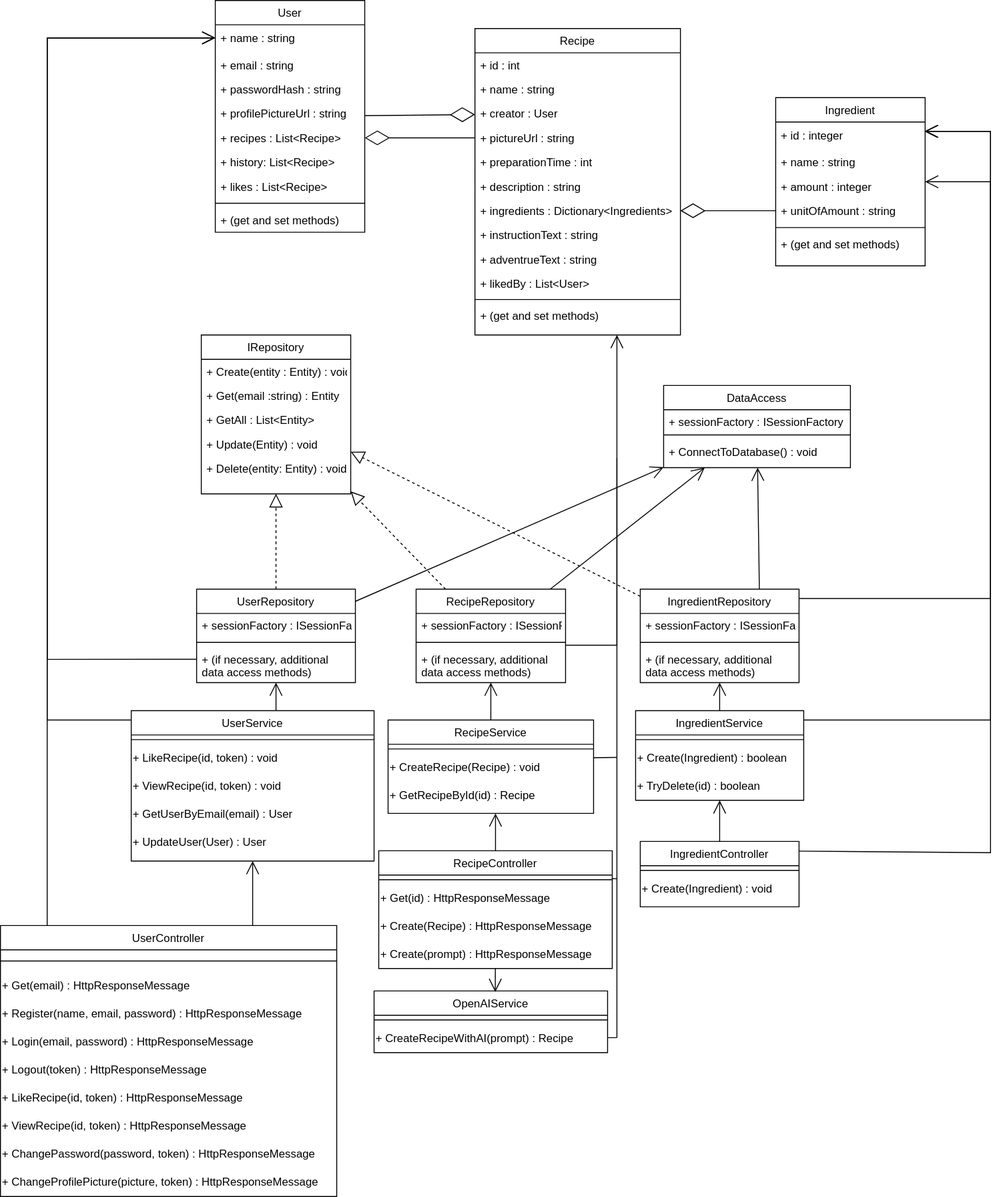
The draw.io diagram Project_Doc/Diagrams/uml-class-diagram.drawio.svg in SE-TINF22B6/CookHub, before a commit. Source tidied: cells renumbered, new cells last; positions are measured from the earlier drawing's top-left corner, leaving out a move shared by most shapes.
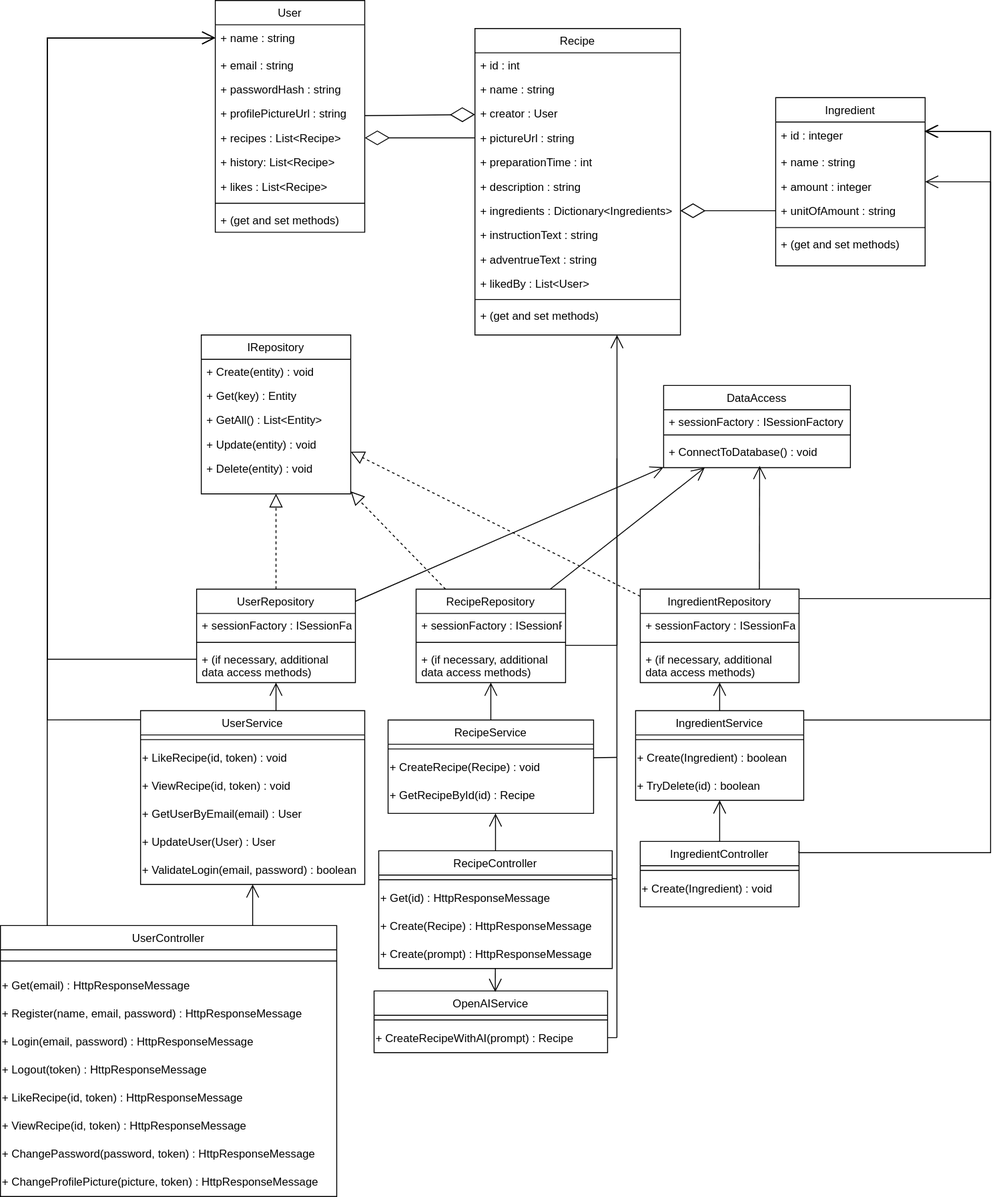
The same file after the commit.

Commit message:
fix mismatches between sequence diagrams and uml class diagram

Diff of the diagram source:
```diff
@@ -147,23 +147,26 @@
       <mxGeometry y="62" width="170" height="38" as="geometry" />
     </mxCell>
     <mxCell id="50" value="UserService" style="swimlane;fontStyle=0;align=center;verticalAlign=top;horizontal=1;startSize=26;rounded=0;shadow=0;strokeWidth=1;" parent="1" vertex="1">
-      <mxGeometry x="140" y="760" width="260" height="161" as="geometry" />
+      <mxGeometry x="150" y="760" width="240" height="186" as="geometry" />
     </mxCell>
     <mxCell id="51" style="line;html=1;strokeWidth=1;align=left;verticalAlign=middle;spacingTop=-1;spacingLeft=3;spacingRight=3;labelPosition=right;" parent="50" vertex="1">
-      <mxGeometry y="26" width="260" height="10" as="geometry" />
+      <mxGeometry y="26" width="240" height="10" as="geometry" />
     </mxCell>
     <mxCell id="52" value="+ LikeRecipe(id, token) : void" style="text;html=1;align=left;verticalAlign=middle;strokeColor=none;fillColor=none;" parent="50" vertex="1">
-      <mxGeometry y="36" width="260" height="30" as="geometry" />
+      <mxGeometry y="36" width="240" height="30" as="geometry" />
     </mxCell>
     <mxCell id="53" value="+ ViewRecipe(id, token) : void" style="text;html=1;align=left;verticalAlign=middle;strokeColor=none;fillColor=none;" parent="50" vertex="1">
-      <mxGeometry y="66" width="260" height="30" as="geometry" />
+      <mxGeometry y="66" width="240" height="30" as="geometry" />
     </mxCell>
     <mxCell id="54" value="+ GetUserByEmail(email) : User" style="text;html=1;align=left;verticalAlign=middle;strokeColor=none;fillColor=none;" parent="50" vertex="1">
-      <mxGeometry y="96" width="260" height="30" as="geometry" />
+      <mxGeometry y="96" width="240" height="30" as="geometry" />
     </mxCell>
     <mxCell id="55" value="+ UpdateUser(User) : User" style="text;html=1;align=left;verticalAlign=middle;strokeColor=none;fillColor=none;" parent="50" vertex="1">
-      <mxGeometry y="126" width="260" height="30" as="geometry" />
+      <mxGeometry y="126" width="240" height="30" as="geometry" />
     </mxCell>
+    <mxCell id="117" value="+ ValidateLogin(email, password) : boolean" style="text;html=1;align=left;verticalAlign=middle;strokeColor=none;fillColor=none;" parent="50" vertex="1">
+      <mxGeometry y="156" width="240" height="30" as="geometry" />
+    </mxCell>
     <mxCell id="56" value="RecipeService" style="swimlane;fontStyle=0;align=center;verticalAlign=top;horizontal=1;startSize=26;rounded=0;shadow=0;strokeWidth=1;" parent="1" vertex="1">
       <mxGeometry x="415" y="770" width="220" height="100" as="geometry" />
     </mxCell>
@@ -257,19 +260,19 @@
     <mxCell id="86" value="IRepository" style="swimlane;fontStyle=0;align=center;verticalAlign=top;horizontal=1;startSize=26;rounded=0;shadow=0;strokeWidth=1;" parent="1" vertex="1">
       <mxGeometry x="215" y="358" width="160" height="170" as="geometry" />
     </mxCell>
-    <mxCell id="87" value="+ Create(entity : Entity) : void" style="text;align=left;verticalAlign=top;spacingLeft=4;spacingRight=4;overflow=hidden;" parent="86" vertex="1">
+    <mxCell id="87" value="+ Create(entity) : void" style="text;align=left;verticalAlign=top;spacingLeft=4;spacingRight=4;overflow=hidden;" parent="86" vertex="1">
       <mxGeometry y="26" width="160" height="26" as="geometry" />
     </mxCell>
-    <mxCell id="88" value="+ Get(email :string) : Entity" style="text;align=left;verticalAlign=top;spacingLeft=4;spacingRight=4;overflow=hidden;" parent="86" vertex="1">
+    <mxCell id="88" value="+ Get(key) : Entity" style="text;align=left;verticalAlign=top;spacingLeft=4;spacingRight=4;overflow=hidden;" parent="86" vertex="1">
       <mxGeometry y="52" width="160" height="26" as="geometry" />
     </mxCell>
-    <mxCell id="89" value="+ GetAll : List&lt;Entity&gt;" style="text;align=left;verticalAlign=top;spacingLeft=4;spacingRight=4;overflow=hidden;" parent="86" vertex="1">
+    <mxCell id="89" value="+ GetAll() : List&lt;Entity&gt;" style="text;align=left;verticalAlign=top;spacingLeft=4;spacingRight=4;overflow=hidden;" parent="86" vertex="1">
       <mxGeometry y="78" width="160" height="26" as="geometry" />
     </mxCell>
-    <mxCell id="90" value="+ Update(Entity) : void" style="text;align=left;verticalAlign=top;spacingLeft=4;spacingRight=4;overflow=hidden;" parent="86" vertex="1">
+    <mxCell id="90" value="+ Update(entity) : void" style="text;align=left;verticalAlign=top;spacingLeft=4;spacingRight=4;overflow=hidden;" parent="86" vertex="1">
       <mxGeometry y="104" width="160" height="26" as="geometry" />
     </mxCell>
-    <mxCell id="91" value="+ Delete(entity: Entity) : void" style="text;align=left;verticalAlign=top;spacingLeft=4;spacingRight=4;overflow=hidden;" parent="86" vertex="1">
+    <mxCell id="91" value="+ Delete(entity) : void" style="text;align=left;verticalAlign=top;spacingLeft=4;spacingRight=4;overflow=hidden;" parent="86" vertex="1">
       <mxGeometry y="130" width="160" height="26" as="geometry" />
     </mxCell>
     <mxCell id="92" style="endArrow=block;dashed=1;endFill=0;endSize=12;html=1;rounded=0;" parent="1" edge="1" source="38" target="86">
@@ -295,7 +298,7 @@
     <mxCell id="98" style="endArrow=open;endFill=1;endSize=12;html=1;rounded=0;" parent="1" edge="1" source="38" target="34">
       <mxGeometry relative="1" as="geometry" />
     </mxCell>
-    <mxCell id="99" style="endArrow=open;endFill=1;endSize=12;html=1;rounded=0;exitX=0.75;exitY=0;exitDx=0;exitDy=0;" parent="1" edge="1" source="46" target="34">
+    <mxCell id="99" style="endArrow=open;endFill=1;endSize=12;html=1;rounded=0;exitX=0.75;exitY=0;exitDx=0;exitDy=0;entryX=0.514;entryY=1.083;entryDx=0;entryDy=0;entryPerimeter=0;" parent="1" edge="1" source="46" target="37">
       <mxGeometry relative="1" as="geometry" />
     </mxCell>
     <mxCell id="100" style="endArrow=open;endFill=1;endSize=12;html=1;rounded=0;" parent="1" edge="1" source="56" target="38">
@@ -312,9 +315,8 @@
         </Array>
       </mxGeometry>
     </mxCell>
-    <mxCell id="103" style="endArrow=open;endFill=1;endSize=12;html=1;rounded=0;edgeStyle=orthogonalEdgeStyle;" parent="1" edge="1">
+    <mxCell id="103" style="endArrow=open;endFill=1;endSize=12;html=1;rounded=0;edgeStyle=orthogonalEdgeStyle;exitX=-0.002;exitY=0.053;exitDx=0;exitDy=0;exitPerimeter=0;" parent="1" edge="1" source="50">
       <mxGeometry relative="1" as="geometry">
-        <mxPoint x="140" y="770" as="sourcePoint" />
         <mxPoint x="230" y="40" as="targetPoint" />
         <Array as="points">
           <mxPoint x="50" y="770" />
```
